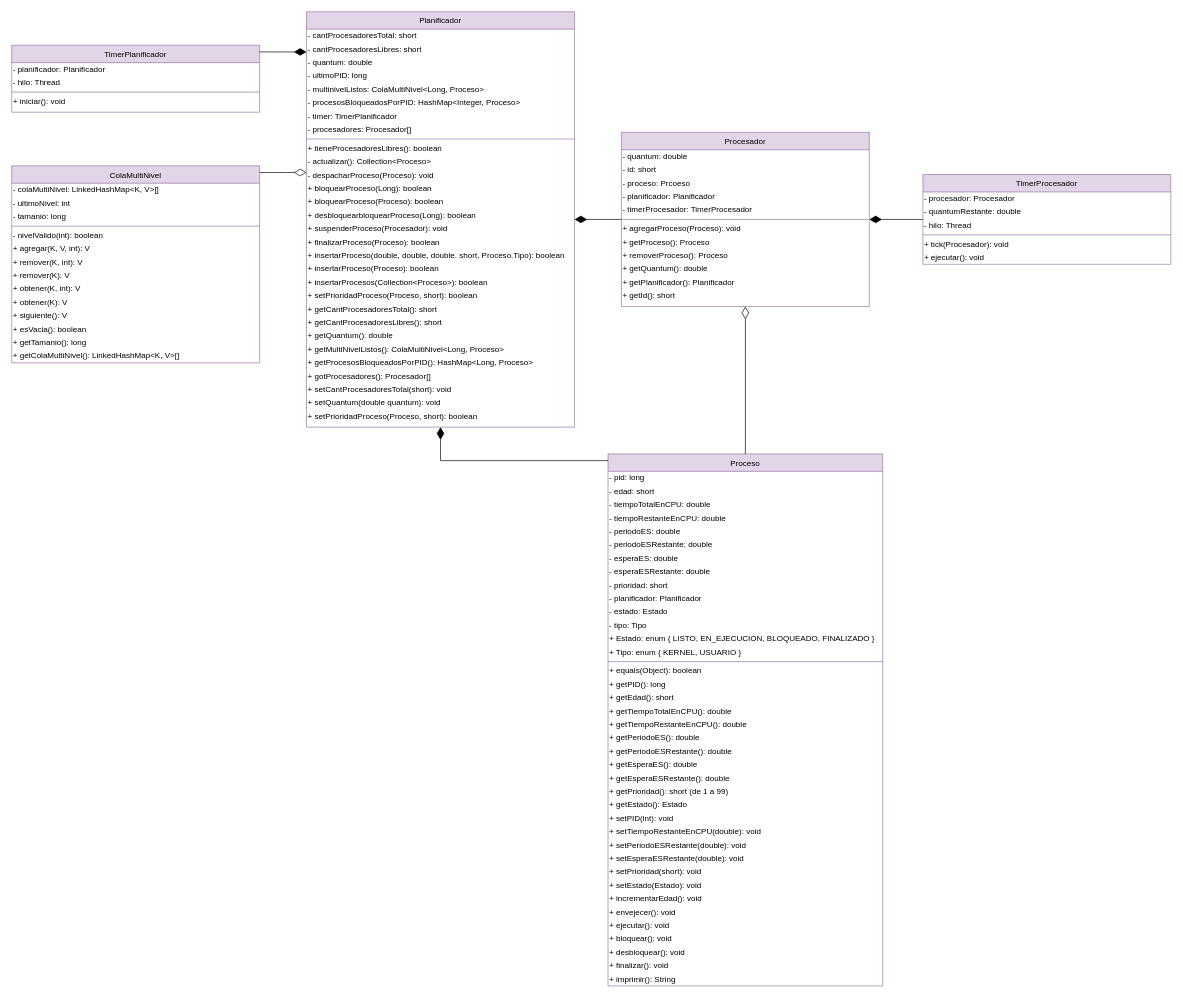
Above: Documentacion/Diagrama de clase.drawio in WalterTano/SO14 (draw.io), before the change. Source tidied: cells renumbered, new cells numbered last; positions are measured from the earlier drawing's top-left corner, leaving out a move shared by most shapes. Both pictures are drawn from the tidied source at 67%, with x=0, y=0 at pixel (11, 11).
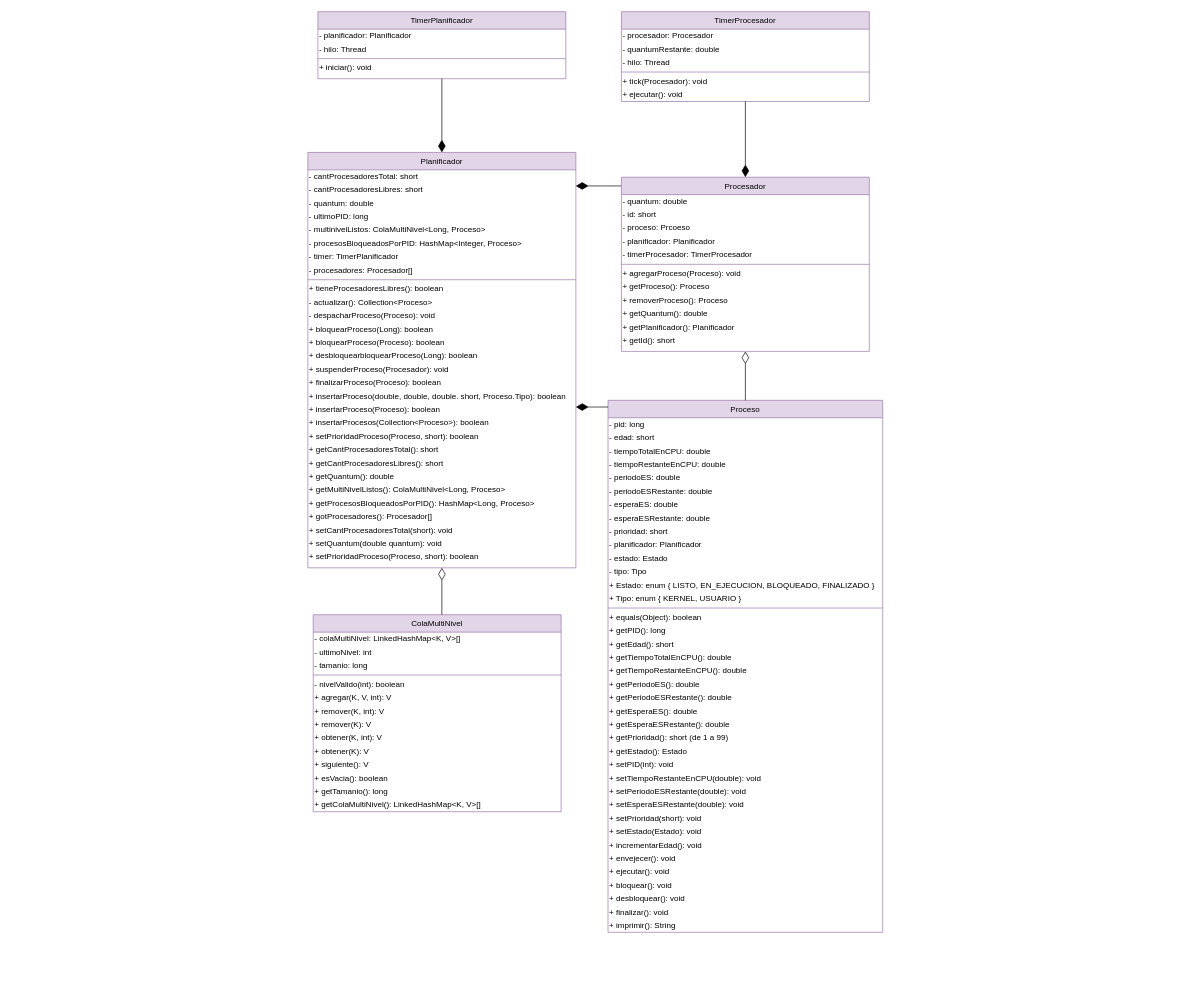
The same page after the edit.

Commit message (it also covers changes not shown here):
Re-acomodé el diagrama

The edit, as a diff of the source:
```diff
@@
     <mxCell id="2" value="Planificador" style="swimlane;fontStyle=0;align=center;verticalAlign=top;horizontal=1;startSize=26;rounded=0;shadow=0;strokeWidth=1;fillColor=#e1d5e7;strokeColor=#9673a6;" parent="1" vertex="1">
-      <mxGeometry x="440" width="400" height="620" as="geometry" />
+      <mxGeometry x="442" y="210" width="400" height="620" as="geometry" />
     </mxCell>
@@
     <mxCell id="33" value="Proceso" style="swimlane;fontStyle=0;align=center;verticalAlign=top;horizontal=1;startSize=26;rounded=0;shadow=0;strokeWidth=1;fillColor=#e1d5e7;strokeColor=#9673a6;" parent="1" vertex="1">
-      <mxGeometry x="890" y="660" width="410" height="794" as="geometry" />
+      <mxGeometry x="890" y="580" width="410" height="794" as="geometry" />
     </mxCell>
@@
-    <mxCell id="73" style="endArrow=diamondThin;html=1;rounded=0;endFill=1;startArrow=none;startFill=0;strokeWidth=1;endSize=16;" parent="1" edge="1" source="74" target="2">
-      <mxGeometry relative="1" as="geometry" />
+    <mxCell id="73" style="endArrow=diamondThin;html=1;rounded=0;endFill=1;startArrow=none;startFill=0;strokeWidth=1;endSize=16;edgeStyle=orthogonalEdgeStyle;" parent="1" edge="1" source="74" target="2">
+      <mxGeometry relative="1" as="geometry">
+        <Array as="points">
+          <mxPoint x="880" y="260" />
+          <mxPoint x="880" y="260" />
+        </Array>
+      </mxGeometry>
     </mxCell>
     <mxCell id="74" value="Procesador" style="swimlane;fontStyle=0;align=center;verticalAlign=top;horizontal=1;startSize=26;rounded=0;shadow=0;strokeWidth=1;fillColor=#e1d5e7;strokeColor=#9673a6;" parent="1" vertex="1">
-      <mxGeometry x="910" y="180" width="370" height="260" as="geometry" />
+      <mxGeometry x="910" y="247" width="370" height="260" as="geometry" />
     </mxCell>
@@
     <mxCell id="87" value="TimerPlanificador" style="swimlane;fontStyle=0;align=center;verticalAlign=top;horizontal=1;startSize=26;rounded=0;shadow=0;strokeWidth=1;fillColor=#e1d5e7;strokeColor=#9673a6;" parent="1" vertex="1">
-      <mxGeometry y="50" width="370" height="100" as="geometry" />
+      <mxGeometry x="457" width="370" height="100" as="geometry" />
     </mxCell>
@@
     <mxCell id="92" value="TimerProcesador" style="swimlane;fontStyle=0;align=center;verticalAlign=top;horizontal=1;startSize=26;rounded=0;shadow=0;strokeWidth=1;fillColor=#e1d5e7;strokeColor=#9673a6;" parent="1" vertex="1">
-      <mxGeometry x="1360" y="243" width="370" height="134" as="geometry" />
+      <mxGeometry x="910" width="370" height="134" as="geometry" />
     </mxCell>
@@
     <mxCell id="99" value="ColaMultiNivel" style="swimlane;fontStyle=0;align=center;verticalAlign=top;horizontal=1;startSize=26;rounded=0;shadow=0;strokeWidth=1;fillColor=#e1d5e7;strokeColor=#9673a6;" parent="1" vertex="1">
-      <mxGeometry y="230" width="370" height="294" as="geometry" />
+      <mxGeometry x="450" y="900" width="370" height="294" as="geometry" />
     </mxCell>
@@
     <mxCell id="115" style="endArrow=none;html=1;rounded=0;endFill=0;startArrow=diamondThin;startFill=1;strokeWidth=1;endSize=6;edgeStyle=orthogonalEdgeStyle;startSize=16;" parent="1" edge="1" source="2" target="87">
       <mxGeometry relative="1" as="geometry">
         <Array as="points">
-          <mxPoint x="400" y="60" />
-          <mxPoint x="400" y="60" />
+          <mxPoint x="642" y="60" />
         </Array>
       </mxGeometry>
     </mxCell>
     <mxCell id="116" style="endArrow=none;html=1;rounded=0;endFill=0;startArrow=diamondThin;startFill=0;strokeWidth=1;endSize=6;edgeStyle=orthogonalEdgeStyle;startSize=16;" parent="1" edge="1" source="2" target="99">
       <mxGeometry relative="1" as="geometry">
         <Array as="points">
-          <mxPoint x="410" y="240" />
-          <mxPoint x="410" y="240" />
+          <mxPoint x="620" y="750" />
+          <mxPoint x="620" y="750" />
         </Array>
       </mxGeometry>
     </mxCell>
     <mxCell id="117" style="endArrow=diamondThin;html=1;rounded=0;endFill=1;startArrow=none;startFill=0;strokeWidth=1;endSize=16;edgeStyle=orthogonalEdgeStyle;" parent="1" edge="1" source="33" target="2">
       <mxGeometry relative="1" as="geometry">
         <Array as="points">
-          <mxPoint x="640" y="670" />
+          <mxPoint x="870" y="590" />
+          <mxPoint x="870" y="590" />
         </Array>
       </mxGeometry>
     </mxCell>
     <mxCell id="118" style="endArrow=diamondThin;html=1;rounded=0;endFill=0;startArrow=none;startFill=0;strokeWidth=1;endSize=16;edgeStyle=orthogonalEdgeStyle;" parent="1" edge="1" source="33" target="74">
       <mxGeometry relative="1" as="geometry">
         <Array as="points">
-          <mxPoint x="1095" y="510" />
-          <mxPoint x="1095" y="510" />
+          <mxPoint x="1095" y="570" />
+          <mxPoint x="1095" y="570" />
         </Array>
       </mxGeometry>
     </mxCell>
```
